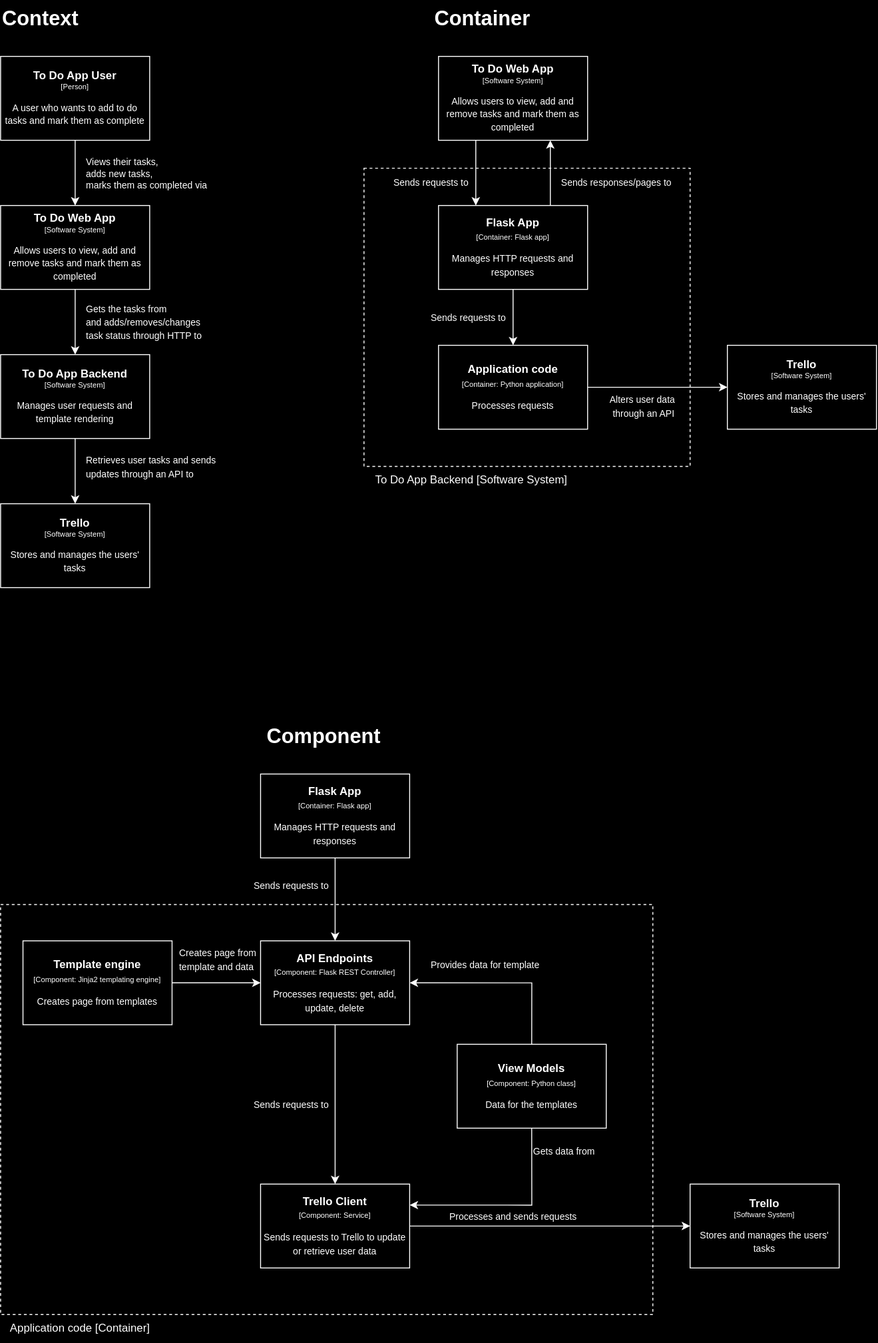
Above: diagrams/C4.svg in 8kristy/DevOps-Course-Starter (draw.io), before the change. Source tidied: cells renumbered, new cells last; positions are measured from the earlier drawing's top-left corner, leaving out a move shared by most shapes.
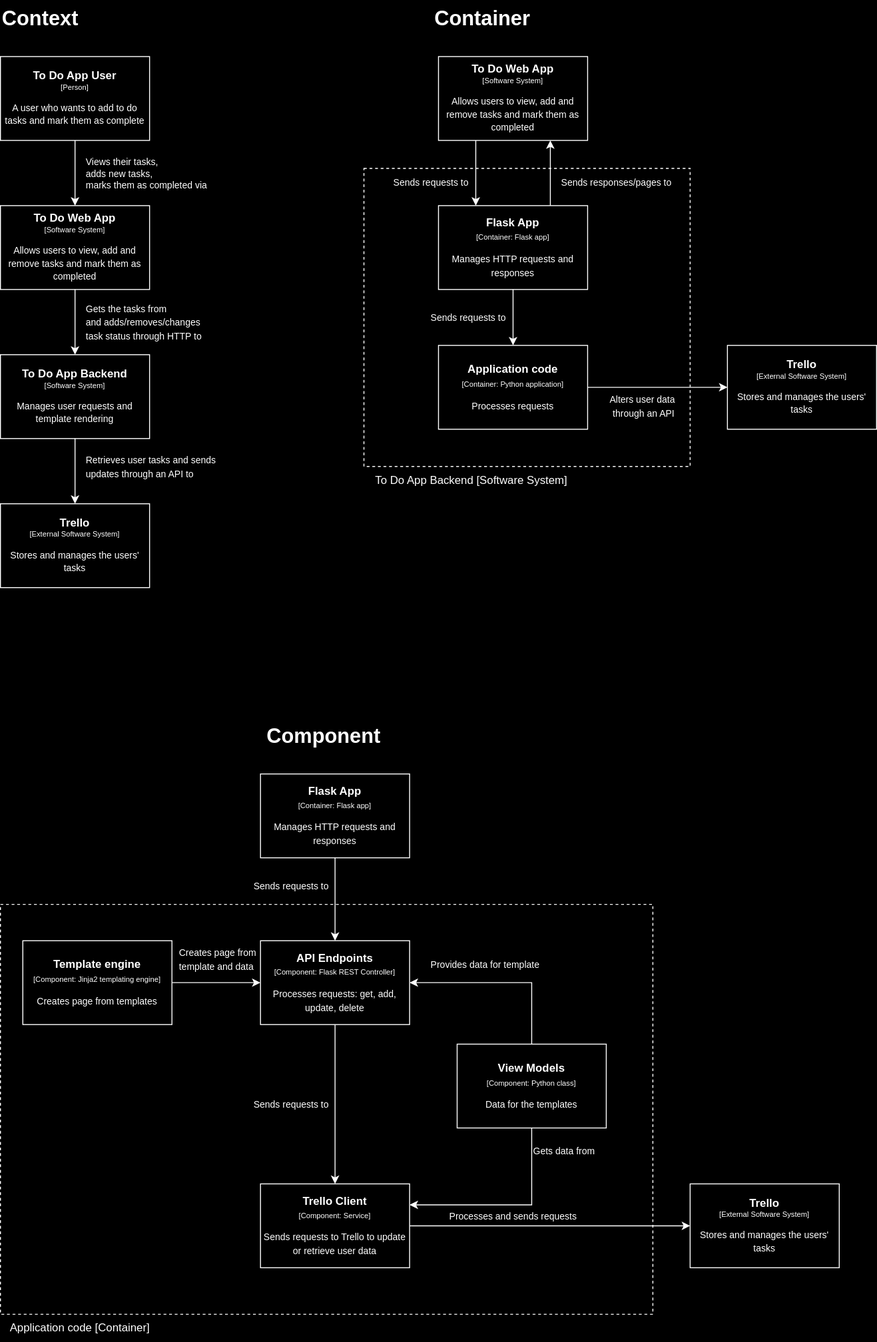
After the change.

Commit message:
Mark Trello as external system

The edit, as a diff of the source:
```diff
@@ -26,7 +26,7 @@
     <mxCell id="9" value="&lt;span style=&quot;font-size: 10px;&quot;&gt;Gets the tasks from&amp;nbsp;&lt;/span&gt;&lt;div&gt;&lt;span style=&quot;font-size: 10px;&quot;&gt;and adds/removes/changes&amp;nbsp;&lt;/span&gt;&lt;div&gt;&lt;span style=&quot;font-size: 10px;&quot;&gt;task status through HTTP to&lt;/span&gt;&lt;/div&gt;&lt;/div&gt;" style="text;html=1;align=left;verticalAlign=middle;strokeColor=none;fillColor=none;" parent="1" vertex="1">
       <mxGeometry x="90" y="315" width="150" height="60" as="geometry" />
     </mxCell>
-    <mxCell id="10" value="&lt;b&gt;Trello&lt;/b&gt;&lt;br&gt;&lt;div style=&quot;font-size: 8px;&quot;&gt;&lt;font style=&quot;font-size: 8px;&quot;&gt;[Software System]&lt;/font&gt;&lt;/div&gt;&lt;div style=&quot;font-size: 8px;&quot;&gt;&lt;br&gt;&lt;/div&gt;&lt;div&gt;&lt;span style=&quot;font-size: 10px;&quot;&gt;Stores and manages the users' tasks&lt;/span&gt;&lt;/div&gt;" style="rounded=0;whiteSpace=wrap;html=1;" parent="1" vertex="1">
+    <mxCell id="10" value="&lt;b&gt;Trello&lt;/b&gt;&lt;br&gt;&lt;div style=&quot;font-size: 8px;&quot;&gt;&lt;font style=&quot;font-size: 8px;&quot;&gt;[External Software System]&lt;/font&gt;&lt;/div&gt;&lt;div style=&quot;font-size: 8px;&quot;&gt;&lt;br&gt;&lt;/div&gt;&lt;div&gt;&lt;span style=&quot;font-size: 10px;&quot;&gt;Stores and manages the users' tasks&lt;/span&gt;&lt;/div&gt;" style="rounded=0;whiteSpace=wrap;html=1;" parent="1" vertex="1">
       <mxGeometry y="540" width="160" height="90" as="geometry" />
     </mxCell>
     <mxCell id="11" value="&lt;span style=&quot;font-size: 10px;&quot;&gt;Retrieves user tasks and sends&amp;nbsp;&lt;/span&gt;&lt;div&gt;&lt;span style=&quot;font-size: 10px;&quot;&gt;updates&amp;nbsp;&lt;/span&gt;&lt;span style=&quot;font-size: 10px; background-color: initial;&quot;&gt;through an API to&amp;nbsp;&lt;/span&gt;&lt;/div&gt;" style="text;html=1;align=left;verticalAlign=middle;strokeColor=none;fillColor=none;" parent="1" vertex="1">
@@ -41,7 +41,7 @@
     <mxCell id="14" value="&lt;b&gt;To Do Web App&lt;/b&gt;&lt;div style=&quot;font-size: 8px;&quot;&gt;&lt;font style=&quot;font-size: 8px;&quot;&gt;[Software System]&lt;/font&gt;&lt;/div&gt;&lt;div style=&quot;font-size: 8px;&quot;&gt;&lt;br&gt;&lt;/div&gt;&lt;div&gt;&lt;span style=&quot;font-size: 10px;&quot;&gt;Allows users to view, add and remove tasks and mark them as completed&lt;/span&gt;&lt;/div&gt;" style="rounded=0;whiteSpace=wrap;html=1;" parent="1" vertex="1">
       <mxGeometry x="470" y="60" width="160" height="90" as="geometry" />
     </mxCell>
-    <mxCell id="15" value="&lt;b&gt;Trello&lt;/b&gt;&lt;br&gt;&lt;div style=&quot;font-size: 8px;&quot;&gt;&lt;font style=&quot;font-size: 8px;&quot;&gt;[Software System]&lt;/font&gt;&lt;/div&gt;&lt;div style=&quot;font-size: 8px;&quot;&gt;&lt;br&gt;&lt;/div&gt;&lt;div&gt;&lt;span style=&quot;font-size: 10px;&quot;&gt;Stores and manages the users' tasks&lt;/span&gt;&lt;/div&gt;" style="rounded=0;whiteSpace=wrap;html=1;" parent="1" vertex="1">
+    <mxCell id="15" value="&lt;b&gt;Trello&lt;/b&gt;&lt;br&gt;&lt;div style=&quot;font-size: 8px;&quot;&gt;&lt;div&gt;[External Software System]&lt;/div&gt;&lt;div&gt;&lt;br&gt;&lt;/div&gt;&lt;/div&gt;&lt;div&gt;&lt;span style=&quot;font-size: 10px;&quot;&gt;Stores and manages the users' tasks&lt;/span&gt;&lt;/div&gt;" style="rounded=0;whiteSpace=wrap;html=1;" parent="1" vertex="1">
       <mxGeometry x="780" y="370" width="160" height="90" as="geometry" />
     </mxCell>
     <mxCell id="16" value="&lt;font style=&quot;font-size: 22px;&quot;&gt;&lt;b&gt;Container&lt;/b&gt;&lt;/font&gt;" style="text;html=1;align=left;verticalAlign=middle;strokeColor=none;fillColor=none;" parent="1" vertex="1">
@@ -80,7 +80,7 @@
     <mxCell id="27" value="&lt;span style=&quot;font-size: 10px;&quot;&gt;Sends responses/pages to&lt;/span&gt;" style="text;html=1;align=left;verticalAlign=middle;strokeColor=none;fillColor=none;" parent="1" vertex="1">
       <mxGeometry x="600" y="180" width="140" height="30" as="geometry" />
     </mxCell>
-    <mxCell id="28" value="&lt;b&gt;Trello&lt;/b&gt;&lt;br&gt;&lt;div style=&quot;font-size: 8px;&quot;&gt;&lt;font style=&quot;font-size: 8px;&quot;&gt;[Software System]&lt;/font&gt;&lt;/div&gt;&lt;div style=&quot;font-size: 8px;&quot;&gt;&lt;br&gt;&lt;/div&gt;&lt;div&gt;&lt;span style=&quot;font-size: 10px;&quot;&gt;Stores and manages the users' tasks&lt;/span&gt;&lt;/div&gt;" style="rounded=0;whiteSpace=wrap;html=1;" parent="1" vertex="1">
+    <mxCell id="28" value="&lt;b&gt;Trello&lt;/b&gt;&lt;br&gt;&lt;div style=&quot;font-size: 8px;&quot;&gt;&lt;div&gt;[External Software System]&lt;/div&gt;&lt;div&gt;&lt;br&gt;&lt;/div&gt;&lt;/div&gt;&lt;div&gt;&lt;span style=&quot;font-size: 10px;&quot;&gt;Stores and manages the users' tasks&lt;/span&gt;&lt;/div&gt;" style="rounded=0;whiteSpace=wrap;html=1;" parent="1" vertex="1">
       <mxGeometry x="740" y="1270" width="160" height="90" as="geometry" />
     </mxCell>
     <mxCell id="29" value="&lt;font style=&quot;font-size: 22px;&quot;&gt;&lt;b&gt;Component&lt;/b&gt;&lt;/font&gt;" style="text;html=1;align=left;verticalAlign=middle;strokeColor=none;fillColor=none;" parent="1" vertex="1">
```
